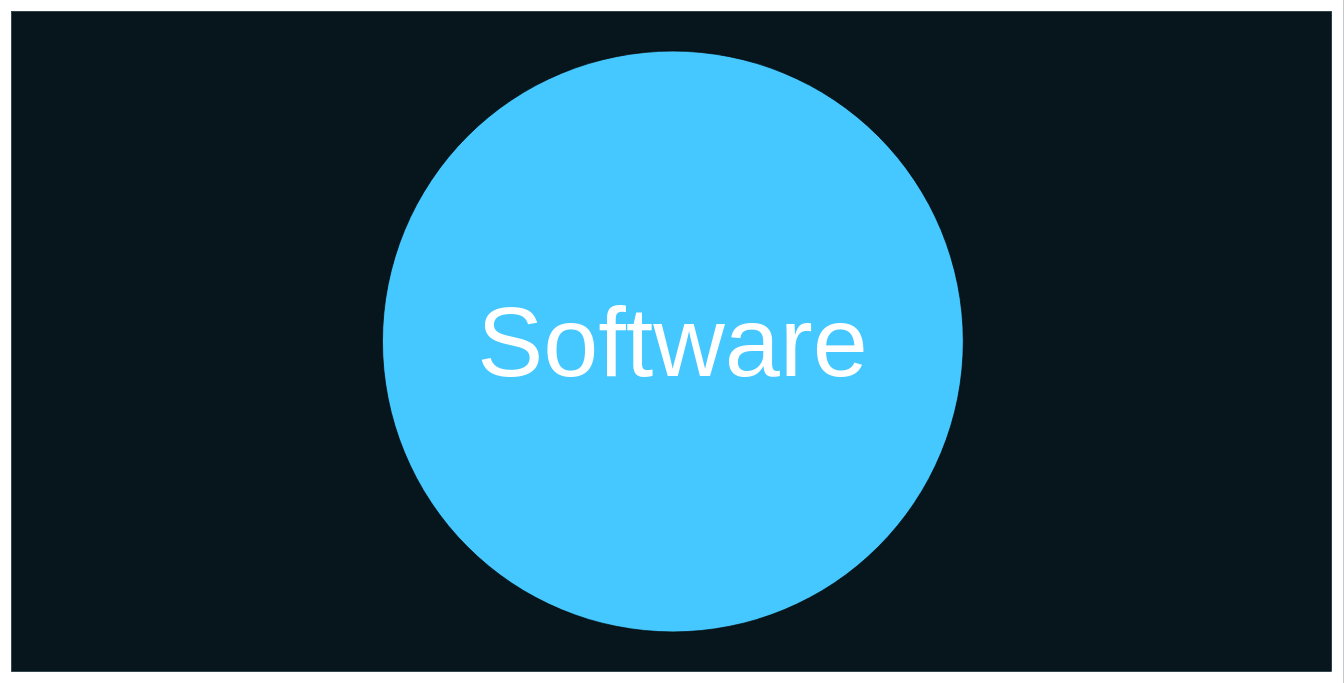
Earlier version of the draw.io diagram deck/ru/diagrams/caBase0.drawio (AlexanderLapygin/ca-react-rest-api-starter). Source tidied: cells renumbered, new cells numbered last; positions are measured from the earlier drawing's top-left corner, leaving out a move shared by most shapes. Both pictures are drawn from the tidied source at 66%, with x=0, y=0 at pixel (11, 11).
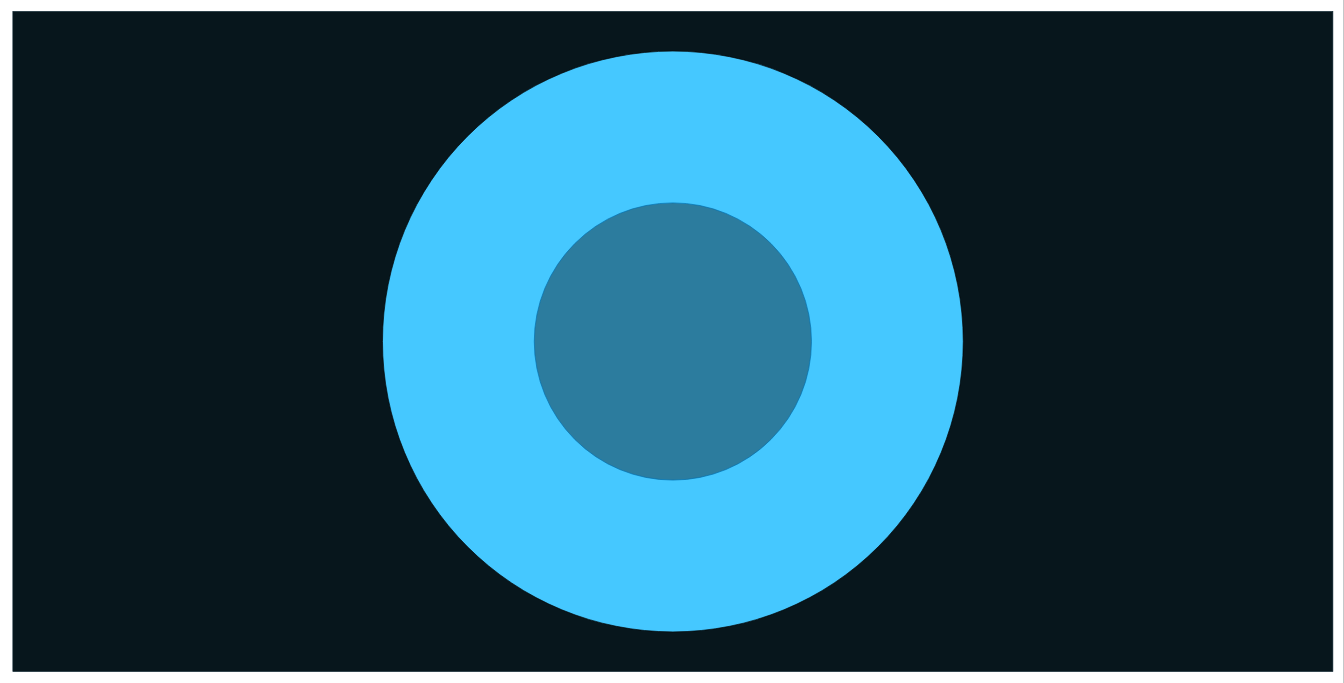
Above is the later version.

The edit, as a diff of the source:
```diff
@@
 <mxGraphModel background="#ffffff">
   <root>
     <mxCell id="0" />
     <mxCell id="1" parent="0" />
-    <mxCell id="2" style="rounded=0;whiteSpace=wrap;html=1;fillColor=#07161C;fontSize=60;fontColor=#FFFFFF;strokeColor=#0C242E;labelBackgroundColor=#ffffff;" parent="1" vertex="1">
-      <mxGeometry y="-0.1" width="2000" height="1000" as="geometry" />
+    <mxCell id="2" style="rounded=0;whiteSpace=wrap;html=1;fillColor=#07161C;fontSize=30;fontColor=#FFFFFF;strokeColor=#0C242E;" parent="1" vertex="1">
+      <mxGeometry x="2" y="-0.1" width="2000" height="1000" as="geometry" />
     </mxCell>
-    <mxCell id="3" value="Software" style="ellipse;whiteSpace=wrap;html=1;fillColor=#45C8FF;fontSize=150;labelPosition=center;verticalLabelPosition=middle;align=center;verticalAlign=middle;fontColor=#FFFFFF;" parent="1" vertex="1">
+    <mxCell id="3" style="ellipse;whiteSpace=wrap;html=1;fillColor=#45C8FF;fontSize=30;labelPosition=center;verticalLabelPosition=top;align=center;verticalAlign=bottom;" parent="1" vertex="1">
       <mxGeometry x="562" y="59.9" width="880" height="880" as="geometry" />
     </mxCell>
+    <mxCell id="4" style="ellipse;whiteSpace=wrap;html=1;fillColor=#2C7C9E;fontSize=60;labelPosition=center;verticalLabelPosition=middle;align=center;verticalAlign=middle;strokeColor=#006EAF;fontColor=#ffffff;" parent="1" vertex="1">
+      <mxGeometry x="792" y="289.9" width="420" height="420" as="geometry" />
+    </mxCell>
   </root>
 </mxGraphModel>
```
